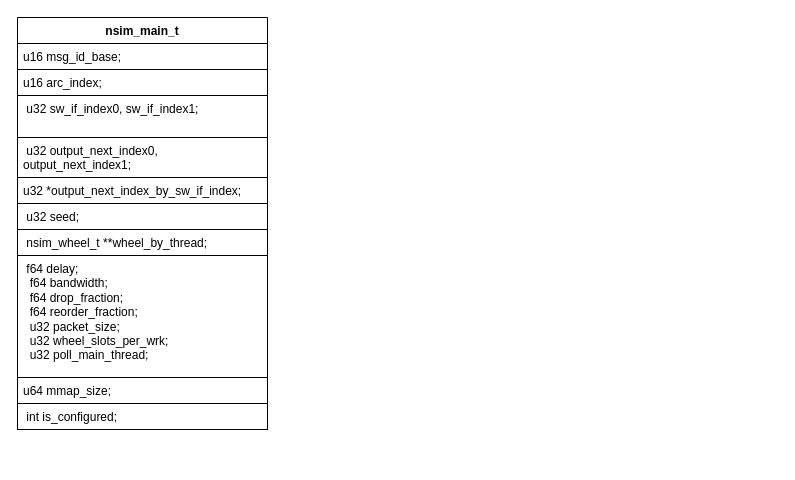
Above: new_map/nsim.drawio in jin13417/dpdk-vpp-learning (draw.io), before the change. Source tidied: cells renumbered, new cells numbered last; positions are measured from the earlier drawing's top-left corner, leaving out a move shared by most shapes. Both pictures are drawn from the tidied source at 100%, with x=0, y=0 at pixel (17, 17).
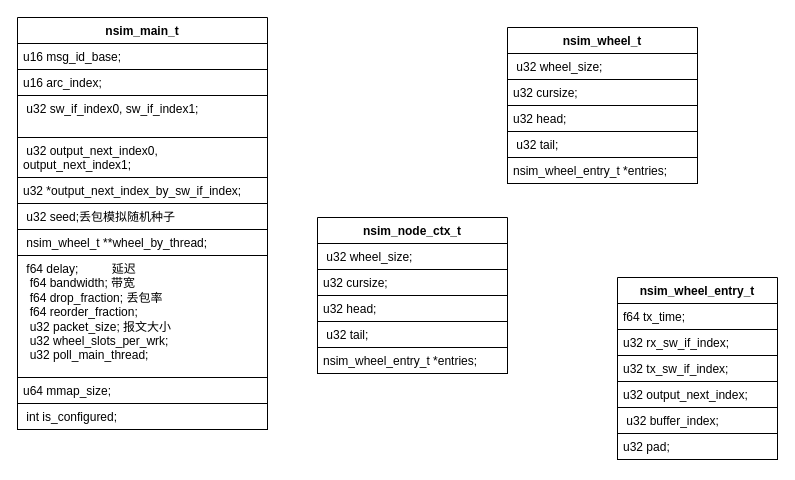
The same diagram, later.

Unchanged cells that the change refers to:
```xml
<mxCell id="2" value="nsim_main_t" style="swimlane;fontStyle=1;align=center;verticalAlign=top;horizontal=1;startSize=26;whiteSpace=wrap;html=1;" parent="1" vertex="1">
  <mxGeometry width="250" height="412" as="geometry" />
</mxCell>
```

Change to the diagram source:
```diff
@@
-    <mxCell id="8" value="&amp;nbsp;u32 seed;" style="text;strokeColor=default;fillColor=none;align=left;verticalAlign=top;spacingLeft=4;spacingRight=4;overflow=hidden;whiteSpace=wrap;html=1;" parent="2" vertex="1">
+    <mxCell id="8" value="&amp;nbsp;u32 seed;丢包模拟随机种子" style="text;strokeColor=default;fillColor=none;align=left;verticalAlign=top;spacingLeft=4;spacingRight=4;overflow=hidden;whiteSpace=wrap;html=1;" parent="2" vertex="1">
       <mxGeometry y="186" width="250" height="26" as="geometry" />
     </mxCell>
@@
-    <mxCell id="10" value="&lt;div&gt;&amp;nbsp;f64 delay;&lt;/div&gt;&lt;div&gt;&amp;nbsp; f64 bandwidth;&lt;/div&gt;&lt;div&gt;&amp;nbsp; f64 drop_fraction;&lt;/div&gt;&lt;div&gt;&amp;nbsp; f64 reorder_fraction;&lt;/div&gt;&lt;div&gt;&amp;nbsp; u32 packet_size;&lt;/div&gt;&lt;div&gt;&amp;nbsp; u32 wheel_slots_per_wrk;&lt;/div&gt;&lt;div&gt;&amp;nbsp; u32 poll_main_thread;&lt;/div&gt;" style="text;strokeColor=default;fillColor=none;align=left;verticalAlign=top;spacingLeft=4;spacingRight=4;overflow=hidden;whiteSpace=wrap;html=1;" parent="2" vertex="1">
+    <mxCell id="10" value="&lt;div&gt;&amp;nbsp;f64 delay;&amp;nbsp; &amp;nbsp; &amp;nbsp; &amp;nbsp; &amp;nbsp; 延迟&lt;/div&gt;&lt;div&gt;&amp;nbsp; f64 bandwidth; 带宽&lt;/div&gt;&lt;div&gt;&amp;nbsp; f64 drop_fraction; 丢包率&lt;/div&gt;&lt;div&gt;&amp;nbsp; f64 reorder_fraction;&lt;/div&gt;&lt;div&gt;&amp;nbsp; u32 packet_size; 报文大小&lt;/div&gt;&lt;div&gt;&amp;nbsp; u32 wheel_slots_per_wrk;&lt;/div&gt;&lt;div&gt;&amp;nbsp; u32 poll_main_thread;&lt;/div&gt;" style="text;strokeColor=default;fillColor=none;align=left;verticalAlign=top;spacingLeft=4;spacingRight=4;overflow=hidden;whiteSpace=wrap;html=1;" parent="2" vertex="1">
       <mxGeometry y="238" width="250" height="122" as="geometry" />
     </mxCell>
@@
+    <mxCell id="13" value="nsim_wheel_entry_t" style="swimlane;fontStyle=1;align=center;verticalAlign=top;horizontal=1;startSize=26;whiteSpace=wrap;html=1;" parent="1" vertex="1">
+      <mxGeometry x="600" y="260" width="160" height="182" as="geometry" />
+    </mxCell>
+    <mxCell id="14" value="f64 tx_time;" style="text;strokeColor=default;fillColor=none;align=left;verticalAlign=top;spacingLeft=4;spacingRight=4;overflow=hidden;whiteSpace=wrap;html=1;" parent="13" vertex="1">
+      <mxGeometry y="26" width="160" height="26" as="geometry" />
+    </mxCell>
+    <mxCell id="15" value="u32 rx_sw_if_index;" style="text;strokeColor=default;fillColor=none;align=left;verticalAlign=top;spacingLeft=4;spacingRight=4;overflow=hidden;whiteSpace=wrap;html=1;" parent="13" vertex="1">
+      <mxGeometry y="52" width="160" height="26" as="geometry" />
+    </mxCell>
+    <mxCell id="16" value="u32 tx_sw_if_index;" style="text;strokeColor=default;fillColor=none;align=left;verticalAlign=top;spacingLeft=4;spacingRight=4;overflow=hidden;whiteSpace=wrap;html=1;" parent="13" vertex="1">
+      <mxGeometry y="78" width="160" height="26" as="geometry" />
+    </mxCell>
+    <mxCell id="17" value="u32 output_next_index;" style="text;strokeColor=default;fillColor=none;align=left;verticalAlign=top;spacingLeft=4;spacingRight=4;overflow=hidden;whiteSpace=wrap;html=1;" parent="13" vertex="1">
+      <mxGeometry y="104" width="160" height="26" as="geometry" />
+    </mxCell>
+    <mxCell id="18" value="&amp;nbsp;u32 buffer_index;" style="text;strokeColor=default;fillColor=none;align=left;verticalAlign=top;spacingLeft=4;spacingRight=4;overflow=hidden;whiteSpace=wrap;html=1;" parent="13" vertex="1">
+      <mxGeometry y="130" width="160" height="26" as="geometry" />
+    </mxCell>
+    <mxCell id="19" value="u32 pad;" style="text;strokeColor=default;fillColor=none;align=left;verticalAlign=top;spacingLeft=4;spacingRight=4;overflow=hidden;whiteSpace=wrap;html=1;" parent="13" vertex="1">
+      <mxGeometry y="156" width="160" height="26" as="geometry" />
+    </mxCell>
+    <mxCell id="20" value="nsim_wheel_t" style="swimlane;fontStyle=1;align=center;verticalAlign=top;horizontal=1;startSize=26;whiteSpace=wrap;html=1;" parent="1" vertex="1">
+      <mxGeometry x="490" y="10" width="190" height="156" as="geometry" />
+    </mxCell>
+    <mxCell id="21" value="&amp;nbsp;u32 wheel_size;" style="text;strokeColor=default;fillColor=none;align=left;verticalAlign=top;spacingLeft=4;spacingRight=4;overflow=hidden;whiteSpace=wrap;html=1;" parent="20" vertex="1">
+      <mxGeometry y="26" width="190" height="26" as="geometry" />
+    </mxCell>
+    <mxCell id="22" value="u32 cursize;" style="text;strokeColor=default;fillColor=none;align=left;verticalAlign=top;spacingLeft=4;spacingRight=4;overflow=hidden;whiteSpace=wrap;html=1;" parent="20" vertex="1">
+      <mxGeometry y="52" width="190" height="26" as="geometry" />
+    </mxCell>
+    <mxCell id="23" value="u32 head;" style="text;strokeColor=default;fillColor=none;align=left;verticalAlign=top;spacingLeft=4;spacingRight=4;overflow=hidden;whiteSpace=wrap;html=1;" parent="20" vertex="1">
+      <mxGeometry y="78" width="190" height="26" as="geometry" />
+    </mxCell>
+    <mxCell id="24" value="&amp;nbsp;u32 tail;" style="text;strokeColor=default;fillColor=none;align=left;verticalAlign=top;spacingLeft=4;spacingRight=4;overflow=hidden;whiteSpace=wrap;html=1;" parent="20" vertex="1">
+      <mxGeometry y="104" width="190" height="26" as="geometry" />
+    </mxCell>
+    <mxCell id="25" value="nsim_wheel_entry_t *entries;" style="text;strokeColor=default;fillColor=none;align=left;verticalAlign=top;spacingLeft=4;spacingRight=4;overflow=hidden;whiteSpace=wrap;html=1;" parent="20" vertex="1">
+      <mxGeometry y="130" width="190" height="26" as="geometry" />
+    </mxCell>
+    <mxCell id="26" value="nsim_node_ctx_t" style="swimlane;fontStyle=1;align=center;verticalAlign=top;horizontal=1;startSize=26;whiteSpace=wrap;html=1;" parent="1" vertex="1">
+      <mxGeometry x="300" y="200" width="190" height="156" as="geometry" />
+    </mxCell>
+    <mxCell id="27" value="&amp;nbsp;u32 wheel_size;" style="text;strokeColor=default;fillColor=none;align=left;verticalAlign=top;spacingLeft=4;spacingRight=4;overflow=hidden;whiteSpace=wrap;html=1;" parent="26" vertex="1">
+      <mxGeometry y="26" width="190" height="26" as="geometry" />
+    </mxCell>
+    <mxCell id="28" value="u32 cursize;" style="text;strokeColor=default;fillColor=none;align=left;verticalAlign=top;spacingLeft=4;spacingRight=4;overflow=hidden;whiteSpace=wrap;html=1;" parent="26" vertex="1">
+      <mxGeometry y="52" width="190" height="26" as="geometry" />
+    </mxCell>
+    <mxCell id="29" value="u32 head;" style="text;strokeColor=default;fillColor=none;align=left;verticalAlign=top;spacingLeft=4;spacingRight=4;overflow=hidden;whiteSpace=wrap;html=1;" parent="26" vertex="1">
+      <mxGeometry y="78" width="190" height="26" as="geometry" />
+    </mxCell>
+    <mxCell id="30" value="&amp;nbsp;u32 tail;" style="text;strokeColor=default;fillColor=none;align=left;verticalAlign=top;spacingLeft=4;spacingRight=4;overflow=hidden;whiteSpace=wrap;html=1;" parent="26" vertex="1">
+      <mxGeometry y="104" width="190" height="26" as="geometry" />
+    </mxCell>
+    <mxCell id="31" value="nsim_wheel_entry_t *entries;" style="text;strokeColor=default;fillColor=none;align=left;verticalAlign=top;spacingLeft=4;spacingRight=4;overflow=hidden;whiteSpace=wrap;html=1;" parent="26" vertex="1">
+      <mxGeometry y="130" width="190" height="26" as="geometry" />
+    </mxCell>
```
